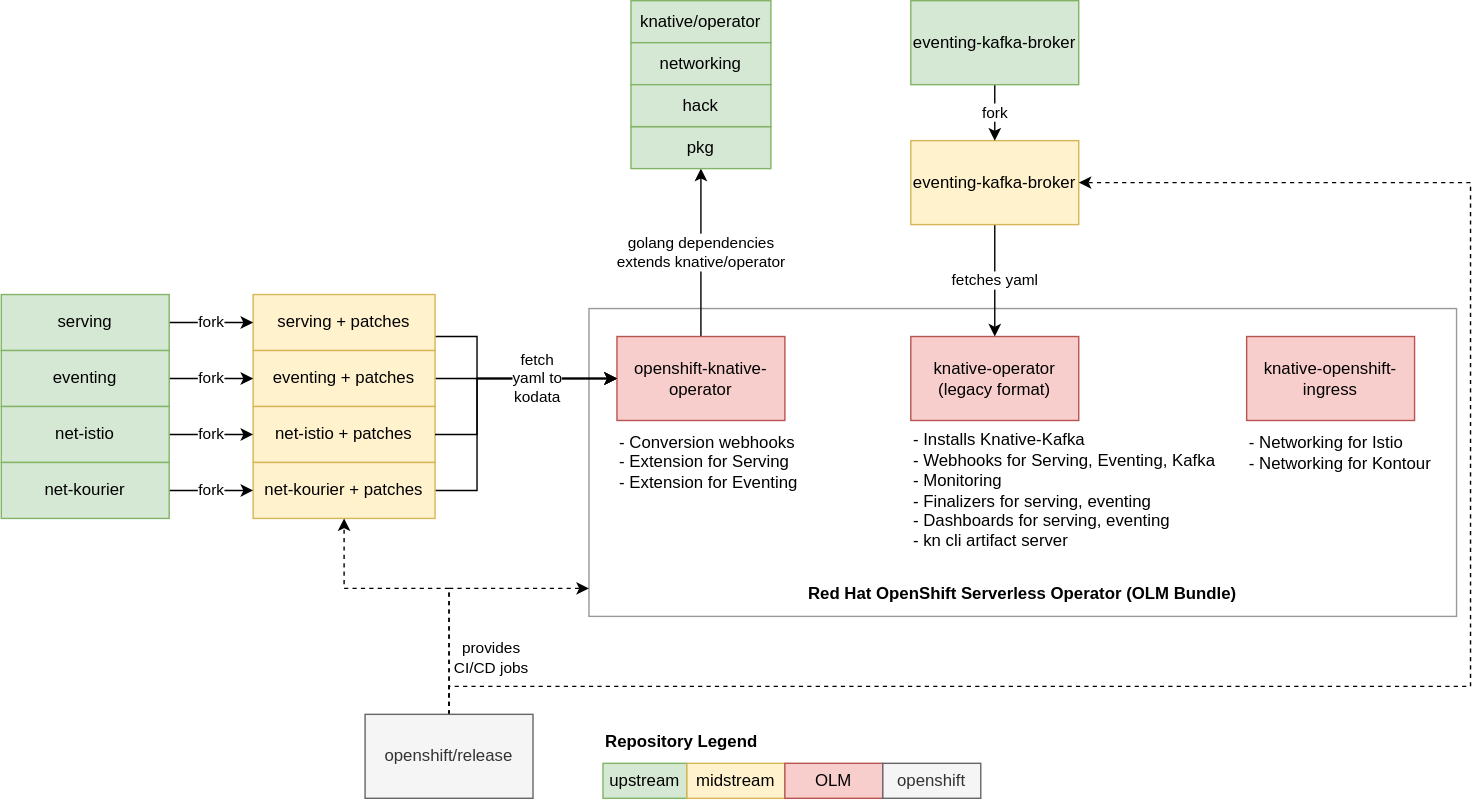
This is openshift-knative/high_level_overview.drawio.svg from ReToCode/diagrams, a draw.io export, as it was before one commit. Source tidied: cells renumbered, new cells last; positions are measured from the earlier drawing's top-left corner, leaving out a move shared by most shapes.
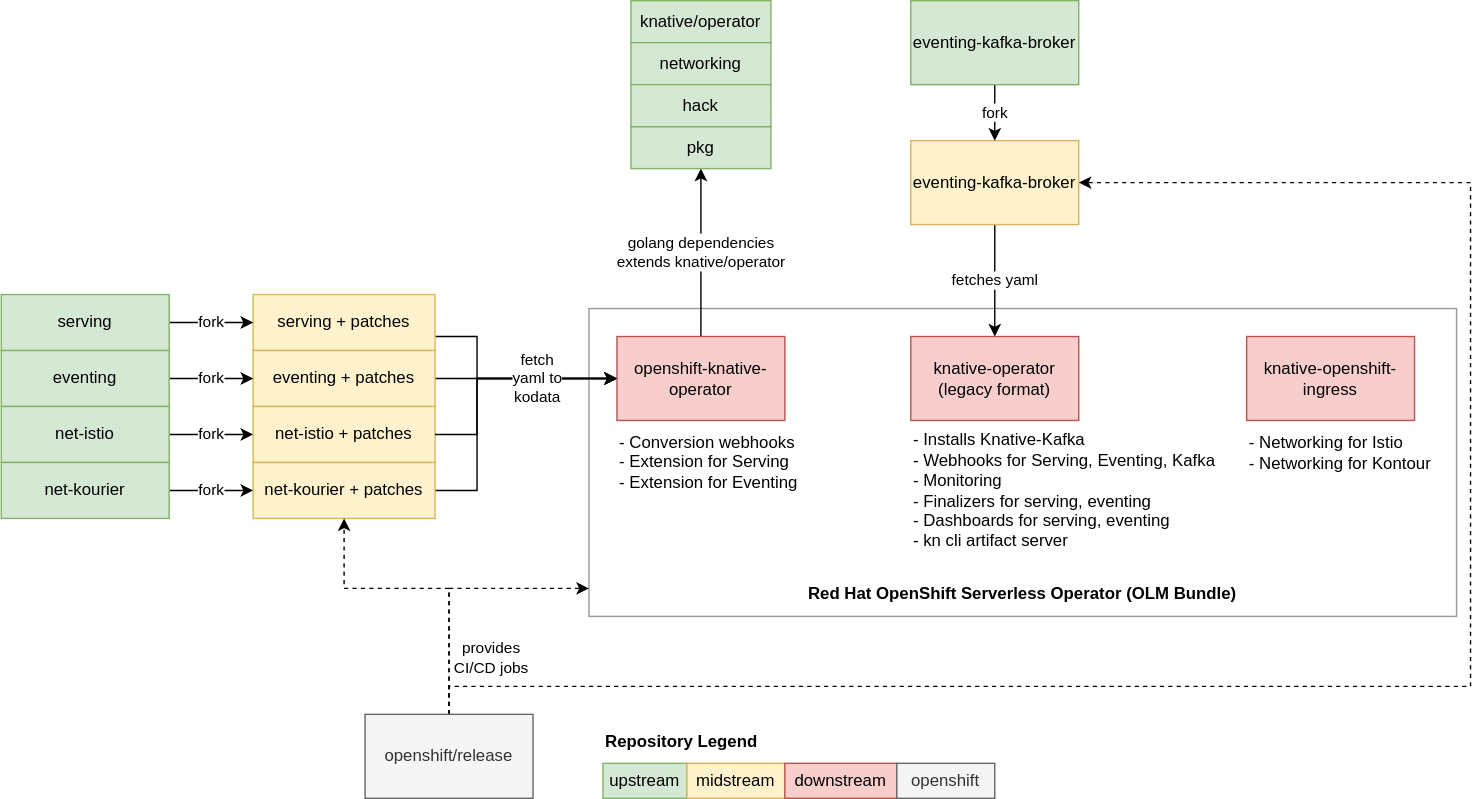
After the change.

Commit message:
update openshift-knative diagram

What changed in the source:
```diff
@@ -63,8 +63,8 @@
     <mxCell id="18" value="midstream" style="rounded=0;whiteSpace=wrap;html=1;strokeColor=#d6b656;fillColor=#fff2cc;" parent="1" vertex="1">
       <mxGeometry x="490" y="545" width="70" height="25" as="geometry" />
     </mxCell>
-    <mxCell id="19" value="OLM" style="rounded=0;whiteSpace=wrap;html=1;strokeColor=#b85450;fillColor=#f8cecc;" parent="1" vertex="1">
-      <mxGeometry x="560" y="545" width="70" height="25" as="geometry" />
+    <mxCell id="19" value="downstream" style="rounded=0;whiteSpace=wrap;html=1;strokeColor=#b85450;fillColor=#f8cecc;" parent="1" vertex="1">
+      <mxGeometry x="560" y="545" width="80" height="25" as="geometry" />
     </mxCell>
     <mxCell id="20" value="net-istio&amp;nbsp;+ patches" style="rounded=0;whiteSpace=wrap;html=1;fillColor=#fff2cc;strokeColor=#d6b656;" parent="1" vertex="1">
       <mxGeometry x="180" y="290" width="130" height="40" as="geometry" />
@@ -157,7 +157,7 @@
       <mxGeometry x="260" y="510" width="120" height="60" as="geometry" />
     </mxCell>
     <mxCell id="42" value="openshift" style="rounded=0;whiteSpace=wrap;html=1;fillColor=#f5f5f5;strokeColor=#666666;fontColor=#333333;" parent="1" vertex="1">
-      <mxGeometry x="630" y="545" width="70" height="25" as="geometry" />
+      <mxGeometry x="640" y="545" width="70" height="25" as="geometry" />
     </mxCell>
   </root>
 </mxGraphModel>
```
